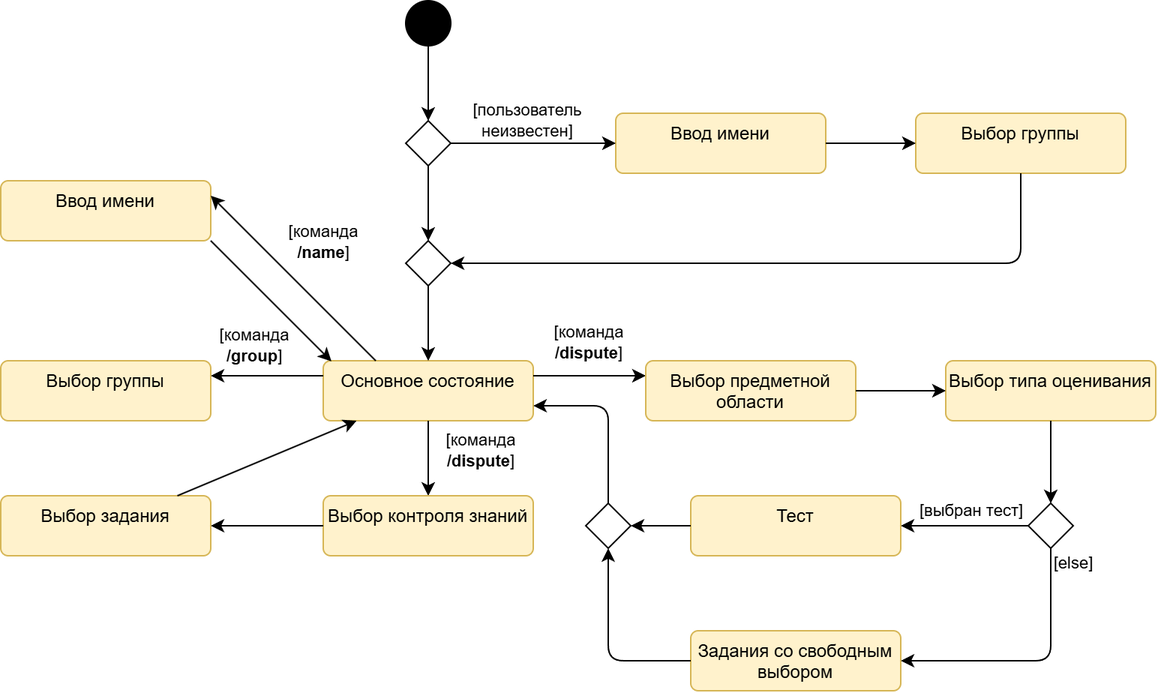
aVorotnikov/ontologer keeps this draw.io diagram as docs/diagrams/state_machine.png. Above is the earlier version. Source tidied: cells renumbered, new cells last; positions are measured from the earlier drawing's top-left corner, leaving out a move shared by most shapes.
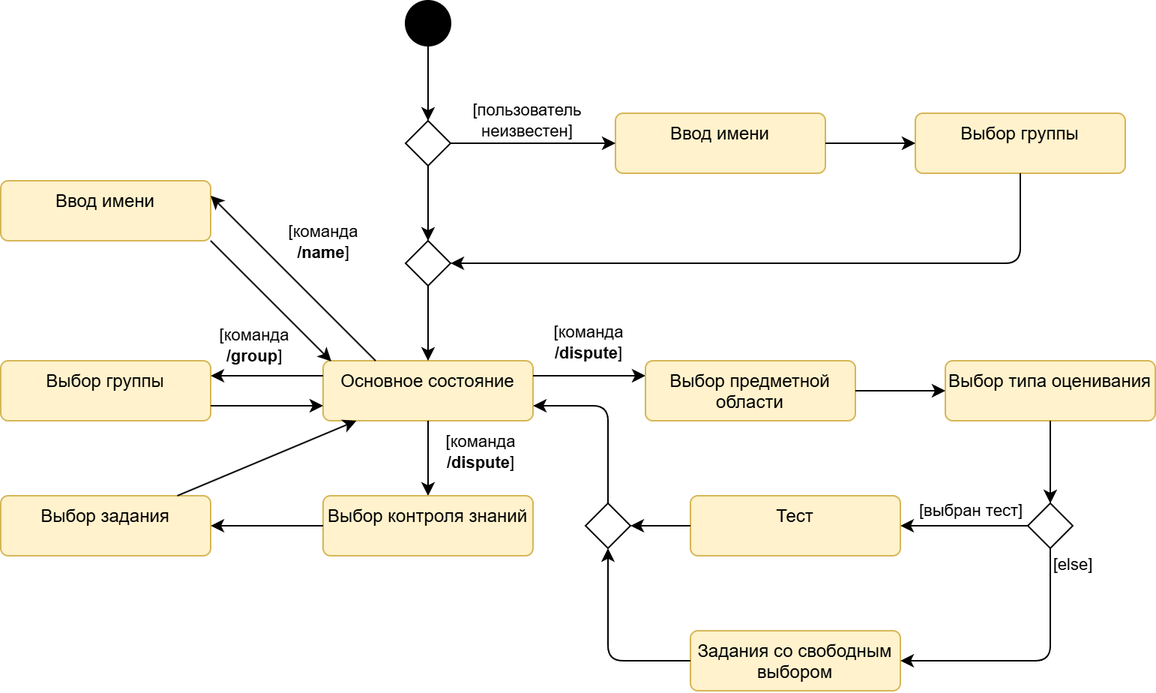
Above is the later version.

Commit message:
Исправлена диаграмма автомата

Diff of the diagram source:
```diff
@@ -161,5 +161,8 @@
         </Array>
       </mxGeometry>
     </mxCell>
+    <mxCell id="45" style="endArrow=classic;html=1;rounded=1;exitX=1;exitY=0.75;exitDx=0;exitDy=0;curved=0;entryX=0;entryY=0.75;entryDx=0;entryDy=0;" parent="1" edge="1" source="17" target="10">
+      <mxGeometry relative="1" as="geometry" />
+    </mxCell>
   </root>
 </mxGraphModel>
```
